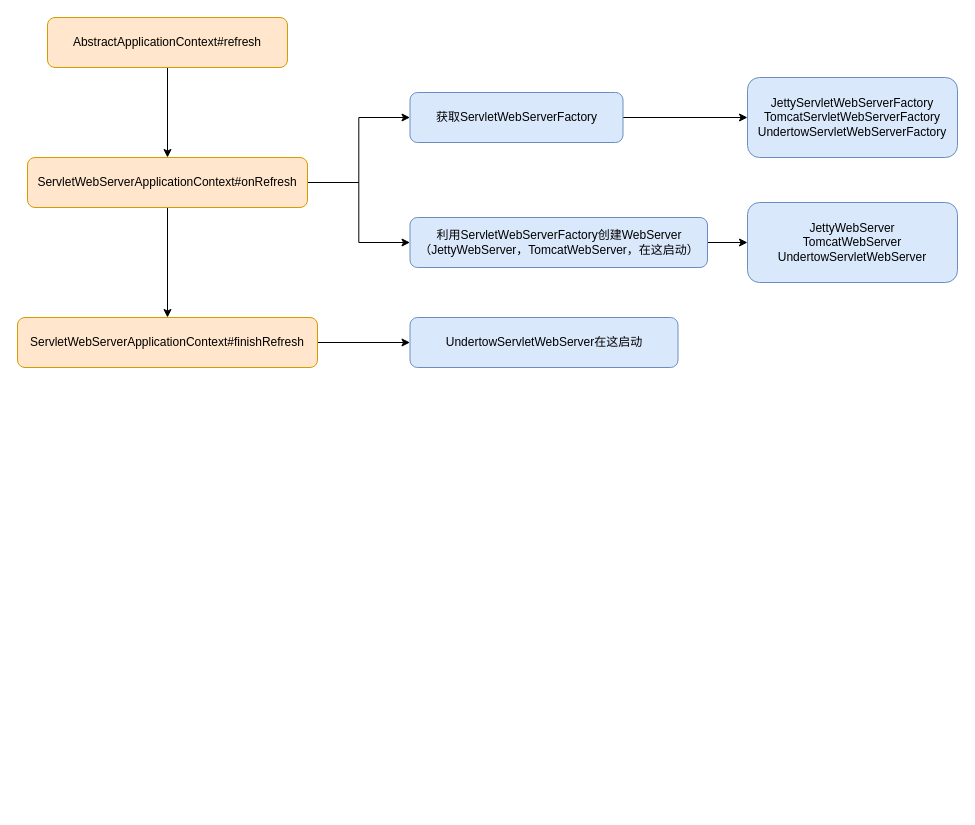
Earlier version of the draw.io diagram spring/webServer创建过程.drawio (erlieStar/diagrams). Source tidied: cells renumbered, new cells numbered last; positions are measured from the earlier drawing's top-left corner, leaving out a move shared by most shapes. Both pictures are drawn from the tidied source at 100%, with x=0, y=0 at pixel (17, 17).
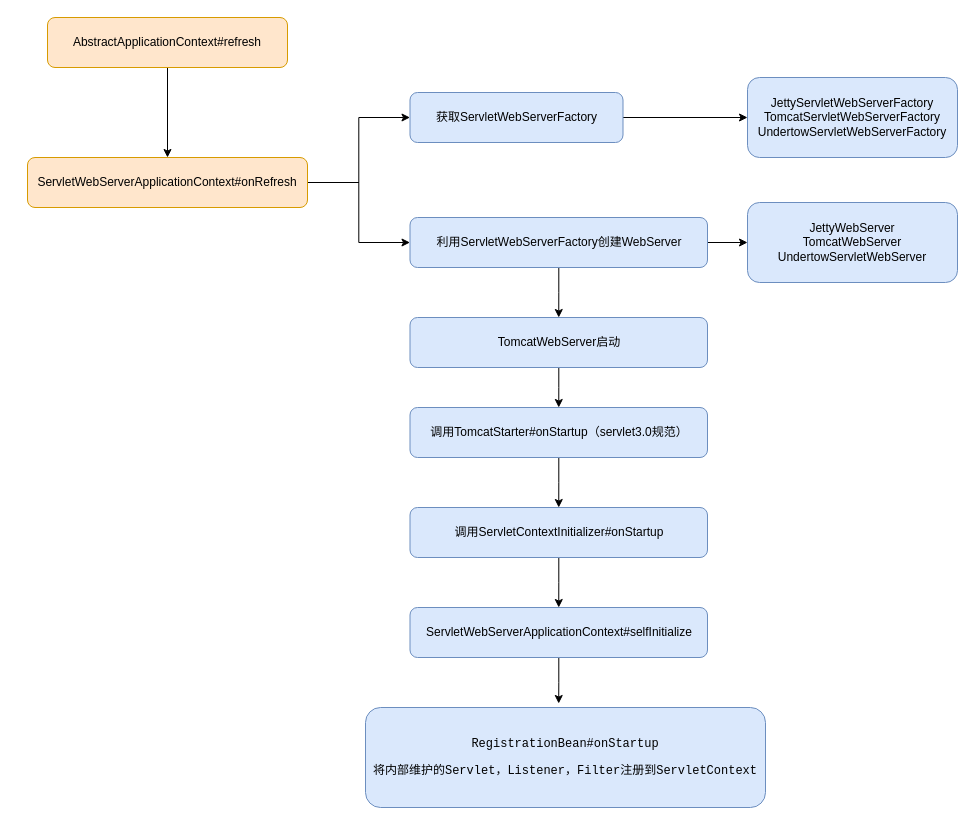
After the change.

Unchanged cells that the change refers to:
```xml
<mxCell id="7" value="ServletWebServerApplicationContext#onRefresh" style="rounded=1;whiteSpace=wrap;html=1;fillColor=#ffe6cc;strokeColor=#d79b00;" parent="1" vertex="1">
  <mxGeometry x="10" y="140" width="280" height="50" as="geometry" />
</mxCell>
```

The edit, as a diff of the source:
```diff
@@
-    <mxCell id="4" style="edgeStyle=orthogonalEdgeStyle;rounded=0;jettySize=auto;html=1;" parent="1" edge="1" source="7" target="15">
-      <mxGeometry relative="1" as="geometry" />
-    </mxCell>
@@
+    <mxCell id="17" style="edgeStyle=orthogonalEdgeStyle;rounded=0;jettySize=auto;html=1;entryX=0.5;entryY=0;entryDx=0;entryDy=0;" parent="1" edge="1" source="11" target="19">
+      <mxGeometry relative="1" as="geometry" />
+    </mxCell>
-    <mxCell id="11" value="利用ServletWebServerFactory创建WebServer&lt;br&gt;（JettyWebServer，TomcatWebServer，在这启动）" style="rounded=1;whiteSpace=wrap;html=1;fillColor=#dae8fc;strokeColor=#6c8ebf;" parent="1" vertex="1">
+    <mxCell id="11" value="利用ServletWebServerFactory创建WebServer" style="rounded=1;whiteSpace=wrap;html=1;fillColor=#dae8fc;strokeColor=#6c8ebf;" parent="1" vertex="1">
       <mxGeometry x="392.5" y="200" width="297.5" height="50" as="geometry" />
     </mxCell>
@@
-    <mxCell id="14" style="edgeStyle=orthogonalEdgeStyle;rounded=0;jettySize=auto;html=1;exitX=1;exitY=0.5;exitDx=0;exitDy=0;entryX=0;entryY=0.5;entryDx=0;entryDy=0;" parent="1" edge="1" source="15" target="16">
-      <mxGeometry relative="1" as="geometry" />
-    </mxCell>
-    <mxCell id="15" value="ServletWebServerApplicationContext#finishRefresh" style="rounded=1;whiteSpace=wrap;html=1;fillColor=#ffe6cc;strokeColor=#d79b00;" parent="1" vertex="1">
-      <mxGeometry y="300" width="300" height="50" as="geometry" />
-    </mxCell>
-    <mxCell id="16" value="UndertowServletWebServer在这启动" style="rounded=1;whiteSpace=wrap;html=1;fillColor=#dae8fc;strokeColor=#6c8ebf;" parent="1" vertex="1">
-      <mxGeometry x="392.5" y="300" width="268" height="50" as="geometry" />
-    </mxCell>
+    <mxCell id="18" style="edgeStyle=orthogonalEdgeStyle;rounded=0;jettySize=auto;html=1;entryX=0.5;entryY=0;entryDx=0;entryDy=0;" parent="1" edge="1" source="19" target="21">
+      <mxGeometry relative="1" as="geometry" />
+    </mxCell>
+    <mxCell id="19" value="TomcatWebServer启动" style="rounded=1;whiteSpace=wrap;html=1;fillColor=#dae8fc;strokeColor=#6c8ebf;" parent="1" vertex="1">
+      <mxGeometry x="392.5" y="300" width="297.5" height="50" as="geometry" />
+    </mxCell>
+    <mxCell id="20" style="edgeStyle=orthogonalEdgeStyle;rounded=0;jettySize=auto;html=1;entryX=0.5;entryY=0;entryDx=0;entryDy=0;" parent="1" edge="1" source="21" target="23">
+      <mxGeometry relative="1" as="geometry" />
+    </mxCell>
+    <mxCell id="21" value="调用TomcatStarter#onStartup（servlet3.0规范）" style="rounded=1;whiteSpace=wrap;html=1;fillColor=#dae8fc;strokeColor=#6c8ebf;" parent="1" vertex="1">
+      <mxGeometry x="392.5" y="390" width="297.5" height="50" as="geometry" />
+    </mxCell>
+    <mxCell id="22" style="edgeStyle=orthogonalEdgeStyle;rounded=0;jettySize=auto;html=1;entryX=0.5;entryY=0;entryDx=0;entryDy=0;" parent="1" edge="1" source="23" target="25">
+      <mxGeometry relative="1" as="geometry" />
+    </mxCell>
+    <mxCell id="23" value="调用ServletContextInitializer#onStartup" style="rounded=1;whiteSpace=wrap;html=1;fillColor=#dae8fc;strokeColor=#6c8ebf;" parent="1" vertex="1">
+      <mxGeometry x="392.5" y="490" width="297.5" height="50" as="geometry" />
+    </mxCell>
+    <mxCell id="24" style="edgeStyle=orthogonalEdgeStyle;rounded=0;jettySize=auto;html=1;entryX=0.483;entryY=-0.04;entryDx=0;entryDy=0;entryPerimeter=0;" parent="1" edge="1" source="25" target="26">
+      <mxGeometry relative="1" as="geometry" />
+    </mxCell>
+    <mxCell id="25" value="ServletWebServerApplicationContext#selfInitialize" style="rounded=1;whiteSpace=wrap;html=1;fillColor=#dae8fc;strokeColor=#6c8ebf;" parent="1" vertex="1">
+      <mxGeometry x="392.5" y="590" width="297.5" height="50" as="geometry" />
+    </mxCell>
+    <mxCell id="26" value="&lt;pre&gt;RegistrationBean#onStartup&lt;br&gt;&lt;/pre&gt;&lt;pre&gt;将内部维护的Servlet，Listener，Filter注册到ServletContext&lt;/pre&gt;" style="rounded=1;whiteSpace=wrap;html=1;fillColor=#dae8fc;strokeColor=#6c8ebf;" parent="1" vertex="1">
+      <mxGeometry x="348" y="690" width="400" height="100" as="geometry" />
+    </mxCell>
```
